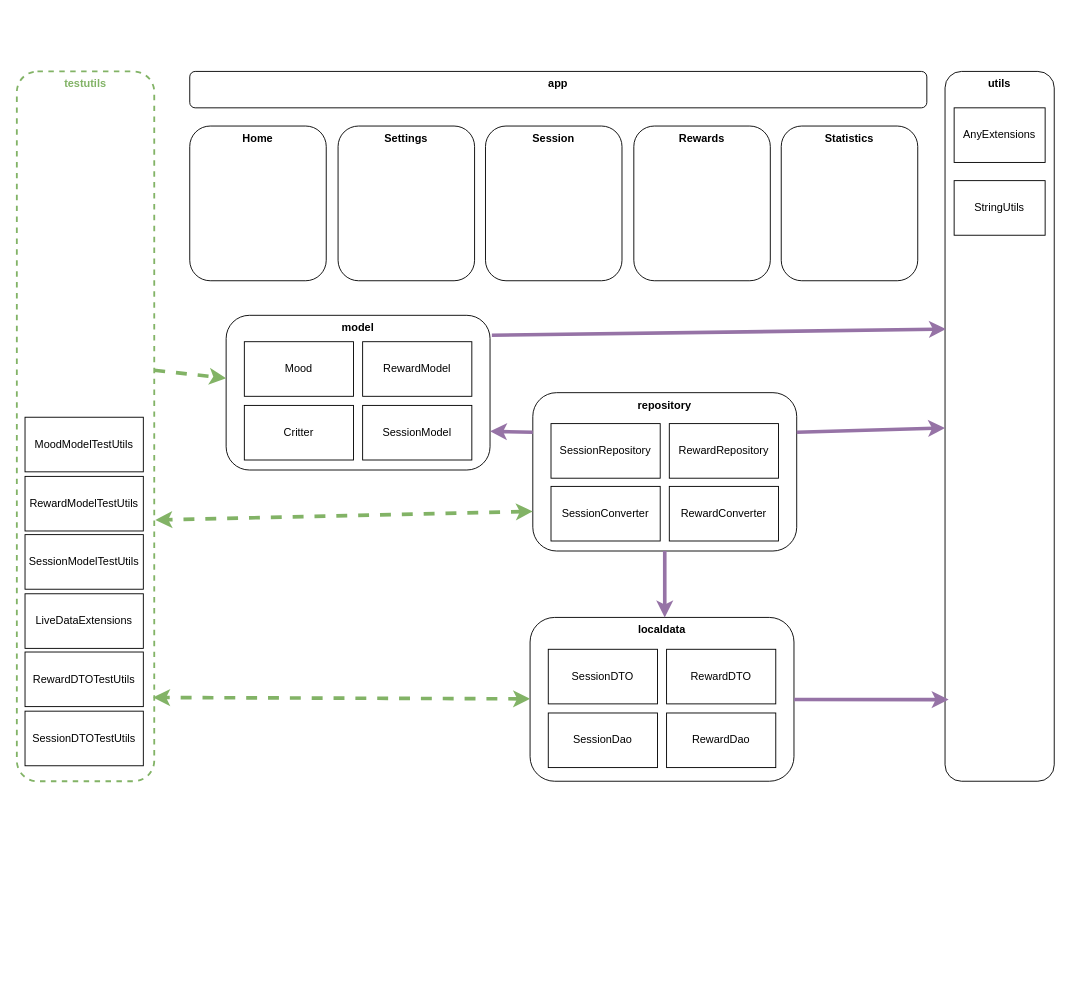
This is documentation/everyday_archi.drawio from shining-cat/everyday_kt, a draw.io file, before an edit. Source tidied: cells renumbered, new cells numbered last; positions are measured from the earlier drawing's top-left corner, leaving out a move shared by most shapes. Both pictures are drawn from the tidied source at 91%, with x=0, y=0 at pixel (16, 71).
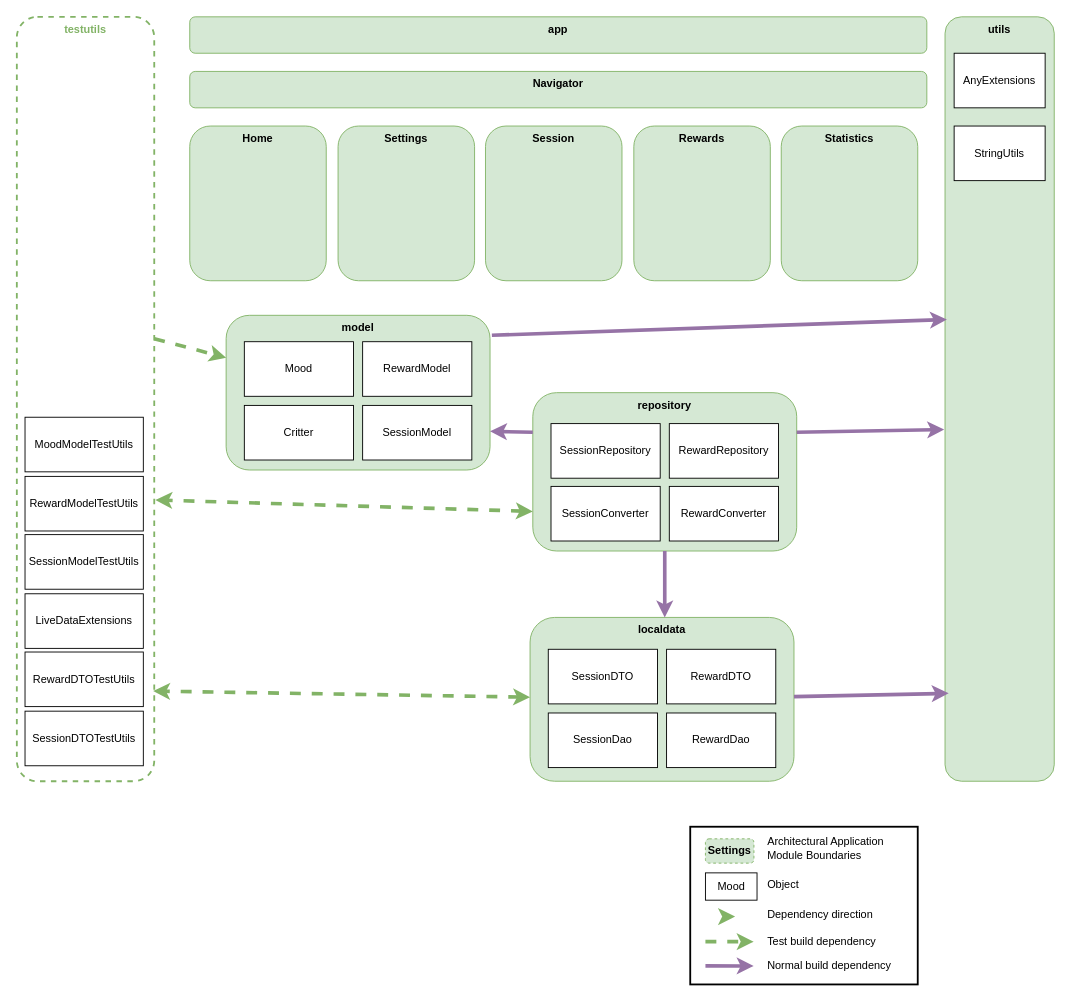
The same diagram, later.

Unchanged cells that the change refers to:
```xml
<mxCell id="5" style="group;" parent="1" vertex="1">
  <mxGeometry x="230" y="268" width="290" height="170" as="geometry" />
</mxCell>
<mxCell id="11" style="group;" parent="1" vertex="1">
  <mxGeometry x="567" y="353" width="290" height="174" as="geometry" />
</mxCell>
<mxCell id="17" style="group;" parent="1" vertex="1">
  <mxGeometry x="564" y="600" width="290" height="180" as="geometry" />
</mxCell>
```

Change to the diagram source:
```diff
@@
-    <mxCell id="2" value="app" style="rounded=1;whiteSpace=wrap;html=1;verticalAlign=top;fontStyle=1;" parent="1" vertex="1">
-      <mxGeometry x="190" width="810" height="40" as="geometry" />
+    <mxCell id="2" value="app" style="rounded=1;whiteSpace=wrap;html=1;verticalAlign=top;fontStyle=1;fillColor=#d5e8d4;strokeColor=#82b366;" parent="1" vertex="1">
+      <mxGeometry x="190" y="-60" width="810" height="40" as="geometry" />
     </mxCell>
     <mxCell id="3" value="testutils" style="rounded=1;whiteSpace=wrap;html=1;verticalAlign=top;dashed=1;strokeColor=#82B366;fillColor=none;strokeWidth=2;fontStyle=1;fontColor=#82B366;" parent="1" vertex="1">
-      <mxGeometry width="151" height="780" as="geometry" />
+      <mxGeometry y="-60" width="151" height="840" as="geometry" />
     </mxCell>
-    <mxCell id="4" value="utils" style="rounded=1;whiteSpace=wrap;html=1;verticalAlign=top;fontStyle=1;" parent="1" vertex="1">
-      <mxGeometry x="1020" width="120" height="780" as="geometry" />
+    <mxCell id="4" value="utils" style="rounded=1;whiteSpace=wrap;html=1;verticalAlign=top;fontStyle=1;fillColor=#d5e8d4;strokeColor=#82b366;" parent="1" vertex="1">
+      <mxGeometry x="1020" y="-60" width="120" height="840" as="geometry" />
     </mxCell>
@@
-    <mxCell id="6" value="model" style="rounded=1;whiteSpace=wrap;html=1;verticalAlign=top;fontStyle=1;" parent="5" vertex="1">
+    <mxCell id="6" value="model" style="rounded=1;whiteSpace=wrap;html=1;verticalAlign=top;fontStyle=1;fillColor=#d5e8d4;strokeColor=#82b366;" parent="5" vertex="1">
       <mxGeometry width="290" height="170" as="geometry" />
     </mxCell>
@@
-    <mxCell id="12" value="repository" style="rounded=1;whiteSpace=wrap;html=1;verticalAlign=top;fontStyle=1;" parent="11" vertex="1">
+    <mxCell id="12" value="repository" style="rounded=1;whiteSpace=wrap;html=1;verticalAlign=top;fontStyle=1;fillColor=#d5e8d4;strokeColor=#82b366;" parent="11" vertex="1">
       <mxGeometry width="290" height="174" as="geometry" />
     </mxCell>
@@
-    <mxCell id="18" value="localdata" style="rounded=1;whiteSpace=wrap;html=1;verticalAlign=top;fontStyle=1;" parent="17" vertex="1">
+    <mxCell id="18" value="localdata" style="rounded=1;whiteSpace=wrap;html=1;verticalAlign=top;fontStyle=1;fillColor=#d5e8d4;strokeColor=#82b366;" parent="17" vertex="1">
       <mxGeometry width="290" height="180" as="geometry" />
     </mxCell>
@@
-    <mxCell id="26" style="endArrow=classic;html=1;exitX=1;exitY=0.25;exitDx=0;exitDy=0;fillColor=#e1d5e7;strokeColor=#9673a6;strokeWidth=4;" parent="1" edge="1" source="12" target="4">
+    <mxCell id="26" style="endArrow=classic;html=1;exitX=1;exitY=0.25;exitDx=0;exitDy=0;fillColor=#e1d5e7;strokeColor=#9673a6;strokeWidth=4;entryX=-0.008;entryY=0.54;entryDx=0;entryDy=0;entryPerimeter=0;" parent="1" edge="1" source="12" target="4">
       <mxGeometry relative="1" as="geometry" />
     </mxCell>
-    <mxCell id="27" style="endArrow=classic;html=1;entryX=0.008;entryY=0.363;entryDx=0;entryDy=0;fillColor=#e1d5e7;strokeColor=#9673a6;strokeWidth=4;exitX=1.007;exitY=0.129;exitDx=0;exitDy=0;exitPerimeter=0;entryPerimeter=0;" parent="1" edge="1" source="6" target="4">
+    <mxCell id="27" style="endArrow=classic;html=1;entryX=0.017;entryY=0.396;entryDx=0;entryDy=0;fillColor=#e1d5e7;strokeColor=#9673a6;strokeWidth=4;exitX=1.007;exitY=0.129;exitDx=0;exitDy=0;exitPerimeter=0;entryPerimeter=0;" parent="1" edge="1" source="6" target="4">
       <mxGeometry relative="1" as="geometry" />
     </mxCell>
@@
-    <mxCell id="31" value="Home" style="rounded=1;whiteSpace=wrap;html=1;verticalAlign=top;fontStyle=1;glass=0;flipH=1;" parent="1" vertex="1">
+    <mxCell id="31" value="Home" style="rounded=1;whiteSpace=wrap;html=1;verticalAlign=top;fontStyle=1;glass=0;flipH=1;fillColor=#d5e8d4;strokeColor=#82b366;" parent="1" vertex="1">
       <mxGeometry x="190" y="60" width="150" height="170" as="geometry" />
     </mxCell>
-    <mxCell id="32" value="Settings" style="rounded=1;whiteSpace=wrap;html=1;verticalAlign=top;fontStyle=1;glass=0;flipH=1;" parent="1" vertex="1">
+    <mxCell id="32" value="Settings" style="rounded=1;whiteSpace=wrap;html=1;verticalAlign=top;fontStyle=1;glass=0;flipH=1;fillColor=#d5e8d4;strokeColor=#82b366;" parent="1" vertex="1">
       <mxGeometry x="353" y="60" width="150" height="170" as="geometry" />
     </mxCell>
-    <mxCell id="33" value="Rewards" style="rounded=1;whiteSpace=wrap;html=1;verticalAlign=top;fontStyle=1;glass=0;flipH=1;" parent="1" vertex="1">
+    <mxCell id="33" value="Rewards" style="rounded=1;whiteSpace=wrap;html=1;verticalAlign=top;fontStyle=1;glass=0;flipH=1;fillColor=#d5e8d4;strokeColor=#82b366;" parent="1" vertex="1">
       <mxGeometry x="678" y="60" width="150" height="170" as="geometry" />
     </mxCell>
-    <mxCell id="34" value="Session" style="rounded=1;whiteSpace=wrap;html=1;verticalAlign=top;fontStyle=1;glass=0;flipH=1;" parent="1" vertex="1">
+    <mxCell id="34" value="Session" style="rounded=1;whiteSpace=wrap;html=1;verticalAlign=top;fontStyle=1;glass=0;flipH=1;fillColor=#d5e8d4;strokeColor=#82b366;" parent="1" vertex="1">
       <mxGeometry x="515" y="60" width="150" height="170" as="geometry" />
     </mxCell>
-    <mxCell id="35" value="Statistics" style="rounded=1;whiteSpace=wrap;html=1;verticalAlign=top;fontStyle=1;glass=0;flipH=1;" parent="1" vertex="1">
+    <mxCell id="35" value="Statistics" style="rounded=1;whiteSpace=wrap;html=1;verticalAlign=top;fontStyle=1;glass=0;flipH=1;fillColor=#d5e8d4;strokeColor=#82b366;" parent="1" vertex="1">
       <mxGeometry x="840" y="60" width="150" height="170" as="geometry" />
     </mxCell>
     <mxCell id="36" value="AnyExtensions" style="rounded=0;whiteSpace=wrap;html=1;" parent="1" vertex="1">
-      <mxGeometry x="1030" y="40" width="100" height="60" as="geometry" />
+      <mxGeometry x="1030" y="-20" width="100" height="60" as="geometry" />
     </mxCell>
     <mxCell id="37" value="StringUtils" style="rounded=0;whiteSpace=wrap;html=1;" parent="1" vertex="1">
-      <mxGeometry x="1030" y="120" width="100" height="60" as="geometry" />
+      <mxGeometry x="1030" y="60" width="100" height="60" as="geometry" />
     </mxCell>
@@
+    <mxCell id="44" style="group;" parent="1" vertex="1">
+      <mxGeometry x="740" y="830" width="250" height="180" as="geometry" />
+    </mxCell>
+    <mxCell id="45" style="group;" parent="44" vertex="1">
+      <mxGeometry width="250" height="180" as="geometry" />
+    </mxCell>
+    <mxCell id="46" style="group;" parent="45" vertex="1">
+      <mxGeometry width="250" height="180" as="geometry" />
+    </mxCell>
+    <mxCell id="47" style="rounded=0;whiteSpace=wrap;html=1;fillColor=#ffffff;strokeWidth=2;" parent="46" vertex="1">
+      <mxGeometry width="250" height="173.3" as="geometry" />
+    </mxCell>
+    <mxCell id="48" value="Settings" style="rounded=1;whiteSpace=wrap;html=1;verticalAlign=top;fillColor=#d5e8d4;dashed=1;strokeColor=#82b366;fontStyle=1;" parent="46" vertex="1">
+      <mxGeometry x="16.7" y="13.3" width="53.3" height="26.7" as="geometry" />
+    </mxCell>
+    <mxCell id="49" value="Architectural Application Module Boundaries" style="text;html=1;strokeColor=none;fillColor=none;align=left;verticalAlign=middle;whiteSpace=wrap;rounded=0;dashed=1;" parent="46" vertex="1">
+      <mxGeometry x="83.3" y="17.3" width="160" height="13.3" as="geometry" />
+    </mxCell>
+    <mxCell id="50" value="Object" style="text;html=1;strokeColor=none;fillColor=none;align=left;verticalAlign=middle;whiteSpace=wrap;rounded=0;dashed=1;" parent="46" vertex="1">
+      <mxGeometry x="83.3" y="57" width="160" height="13.3" as="geometry" />
+    </mxCell>
+    <mxCell id="51" value="Dependency direction" style="text;html=1;strokeColor=none;fillColor=none;align=left;verticalAlign=middle;whiteSpace=wrap;rounded=0;dashed=1;" parent="46" vertex="1">
+      <mxGeometry x="83.3" y="90.7" width="160" height="13.3" as="geometry" />
+    </mxCell>
+    <mxCell id="52" value="Test build dependency" style="text;html=1;strokeColor=none;fillColor=none;align=left;verticalAlign=middle;whiteSpace=wrap;rounded=0;dashed=1;" parent="46" vertex="1">
+      <mxGeometry x="83.3" y="120" width="160" height="13.3" as="geometry" />
+    </mxCell>
+    <mxCell id="53" value="Mood" style="rounded=0;whiteSpace=wrap;html=1;" parent="46" vertex="1">
+      <mxGeometry x="16.7" y="50.7" width="56.7" height="30" as="geometry" />
+    </mxCell>
+    <mxCell id="54" style="endArrow=classic;html=1;fillColor=#d5e8d4;strokeColor=#82b366;strokeWidth=4;dashed=1;" parent="46" edge="1">
+      <mxGeometry relative="1" as="geometry">
+        <mxPoint x="40" y="98.7" as="sourcePoint" />
+        <mxPoint x="49.3" y="98.7" as="targetPoint" />
+      </mxGeometry>
+    </mxCell>
+    <mxCell id="55" style="endArrow=classic;html=1;exitX=1;exitY=0.421;exitDx=0;exitDy=0;exitPerimeter=0;fillColor=#d5e8d4;strokeColor=#82b366;strokeWidth=4;dashed=1;" parent="46" edge="1">
+      <mxGeometry relative="1" as="geometry">
+        <mxPoint x="16.7" y="126.3" as="sourcePoint" />
+        <mxPoint x="69.7" y="126.3" as="targetPoint" />
+      </mxGeometry>
+    </mxCell>
+    <mxCell id="56" value="Normal build dependency" style="text;html=1;strokeColor=none;fillColor=none;align=left;verticalAlign=middle;whiteSpace=wrap;rounded=0;dashed=1;" parent="46" vertex="1">
+      <mxGeometry x="83.3" y="146.7" width="160" height="13.3" as="geometry" />
+    </mxCell>
+    <mxCell id="57" style="endArrow=classic;html=1;exitX=1;exitY=0.421;exitDx=0;exitDy=0;exitPerimeter=0;fillColor=#e1d5e7;strokeColor=#9673a6;strokeWidth=4;" parent="46" edge="1">
+      <mxGeometry relative="1" as="geometry">
+        <mxPoint x="16.7" y="152.9" as="sourcePoint" />
+        <mxPoint x="69.7" y="153" as="targetPoint" />
+      </mxGeometry>
+    </mxCell>
+    <mxCell id="58" value="Navigator" style="rounded=1;whiteSpace=wrap;html=1;verticalAlign=top;fontStyle=1;fillColor=#d5e8d4;strokeColor=#82b366;" parent="1" vertex="1">
+      <mxGeometry x="190" width="810" height="40" as="geometry" />
+    </mxCell>
```
